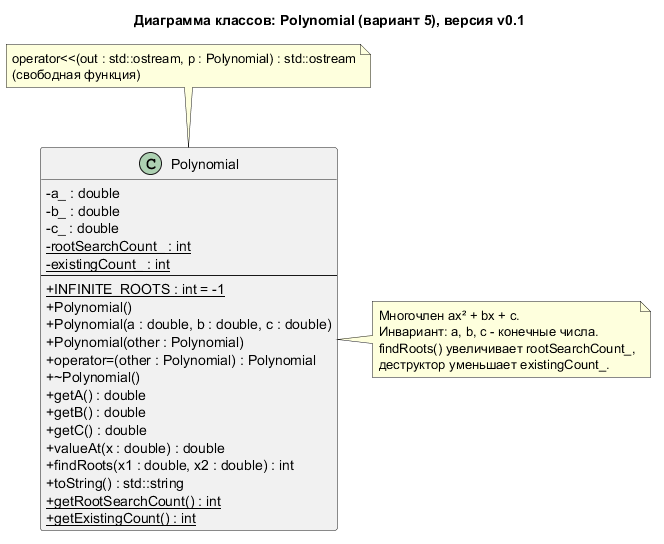
Earlier version of the PlantUML export uml/Polynomial.png (Vareshka86/Lab3_OOP_try1).
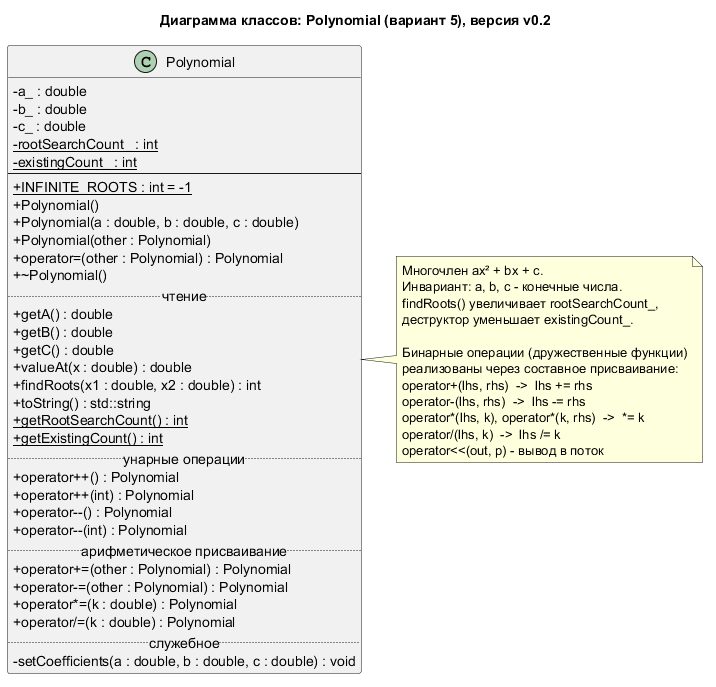
After the change.

Commit message:
Документация: страница части 2 и обновлённая диаграмма классов

Change to the diagram source:
```diff
@@ -1,5 +1,5 @@
 @startuml
-title Диаграмма классов: Polynomial (вариант 5), версия v0.1
+title Диаграмма классов: Polynomial (вариант 5), версия v0.2
 skinparam classAttributeIconSize 0
 hide empty members
 
@@ -16,6 +16,7 @@
   + Polynomial(other : Polynomial)
   + operator=(other : Polynomial) : Polynomial
   + ~Polynomial()
+  .. чтение ..
   + getA() : double
   + getB() : double
   + getC() : double
@@ -24,6 +25,18 @@
   + toString() : std::string
   + {static} getRootSearchCount() : int
   + {static} getExistingCount() : int
+  .. унарные операции ..
+  + operator++() : Polynomial
+  + operator++(int) : Polynomial
+  + operator--() : Polynomial
+  + operator--(int) : Polynomial
+  .. арифметическое присваивание ..
+  + operator+=(other : Polynomial) : Polynomial
+  + operator-=(other : Polynomial) : Polynomial
+  + operator*=(k : double) : Polynomial
+  + operator/=(k : double) : Polynomial
+  .. служебное ..
+  - setCoefficients(a : double, b : double, c : double) : void
 }
 
 note right of Polynomial
@@ -31,8 +44,13 @@
   Инвариант: a, b, c - конечные числа.
   findRoots() увеличивает rootSearchCount_,
   деструктор уменьшает existingCount_.
+
+  Бинарные операции (дружественные функции)
+  реализованы через составное присваивание:
+  operator+(lhs, rhs)  ->  lhs += rhs
+  operator-(lhs, rhs)  ->  lhs -= rhs
+  operator*(lhs, k), operator*(k, rhs)  ->  *= k
+  operator/(lhs, k)  ->  lhs /= k
+  operator<<(out, p) - вывод в поток
 end note
-
-note "operator<<(out : std::ostream, p : Polynomial) : std::ostream\n(свободная функция)" as N1
-N1 .. Polynomial
 @enduml
```
